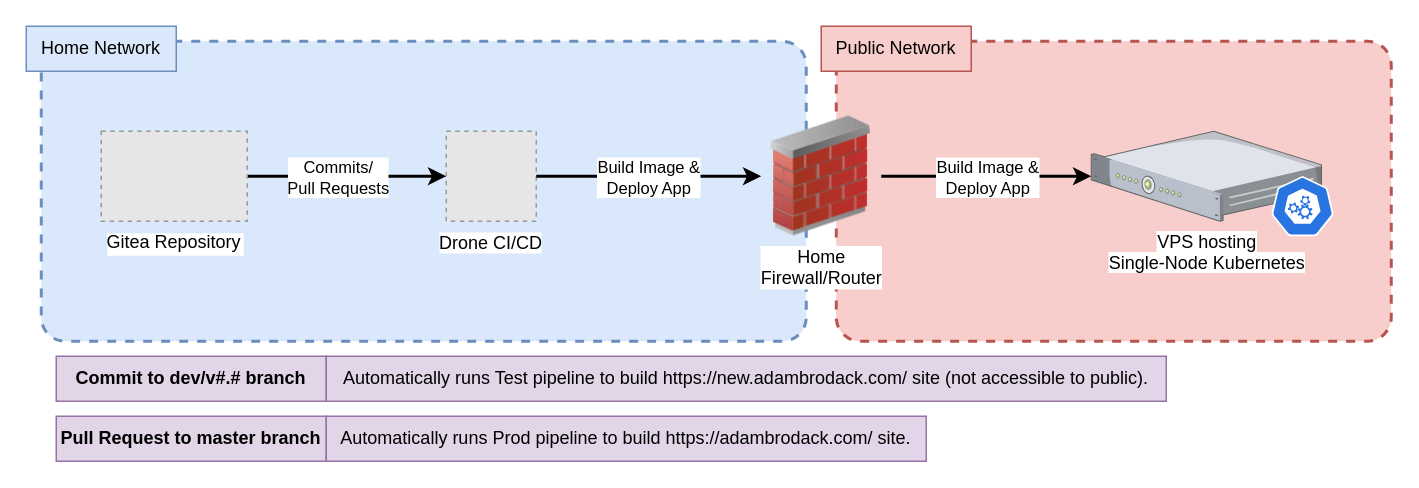
The draw.io diagram drawing/diagram.drawio in Atomicbeast101/personal-website, before the edit. Source tidied: cells renumbered, new cells numbered last; positions are measured from the earlier drawing's top-left corner, leaving out a move shared by most shapes. Both pictures are drawn from the tidied source at 150%, with x=0, y=0 at pixel (26, 26). Pictures stored in the file or linked from it are replaced by grey dashed boxes.
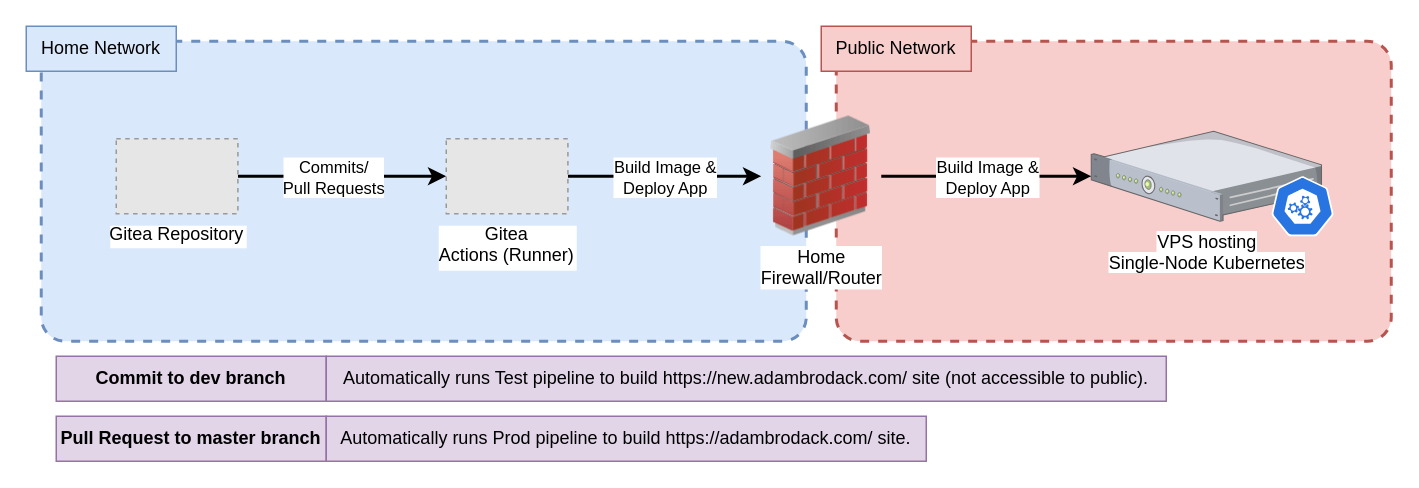
Above is the later version.

Unchanged cells that the change refers to:
```xml
<mxCell id="15" value="Home &lt;br&gt;Firewall/Router" style="image;html=1;image=img/lib/clip_art/networking/Firewall_02_128x128.png;fontStyle=0;" parent="1" vertex="1">
  <mxGeometry x="490" y="60" width="80" height="80" as="geometry" />
</mxCell>
```

What changed in the source:
```diff
@@
-    <mxCell id="4" style="group;fontStyle=0;" parent="1" vertex="1">
-      <mxGeometry x="270" y="70" width="80" height="90" as="geometry" />
-    </mxCell>
-    <mxCell id="5" style="fillColor=#E6E6E6;strokeColor=#999999;dashed=1;" parent="4" vertex="1">
-      <mxGeometry x="10" width="60" height="60" as="geometry" />
-    </mxCell>
-    <mxCell id="6" value="&lt;span style=&quot;background-color: rgb(255, 255, 255);&quot;&gt;Drone CI/CD&lt;/span&gt;" style="text;html=1;align=center;verticalAlign=middle;whiteSpace=wrap;rounded=0;fontStyle=0;" parent="4" vertex="1">
-      <mxGeometry y="60" width="80" height="30" as="geometry" />
-    </mxCell>
-    <mxCell id="7" style="edgeStyle=orthogonalEdgeStyle;rounded=0;jettySize=auto;html=1;strokeWidth=2;" parent="1" edge="1" source="9" target="5">
+    <mxCell id="7" style="edgeStyle=orthogonalEdgeStyle;rounded=0;jettySize=auto;html=1;strokeWidth=2;" parent="1" edge="1" source="9" target="24">
       <mxGeometry relative="1" as="geometry" />
     </mxCell>
@@
     <mxCell id="9" value="Gitea Repository" style="fillColor=#E6E6E6;strokeColor=#999999;dashed=1;verticalLabelPosition=bottom;labelBackgroundColor=default;verticalAlign=top;fontStyle=0;" parent="1" vertex="1">
-      <mxGeometry x="50" y="70" width="97.3" height="60" as="geometry" />
+      <mxGeometry x="60" y="75" width="81.1" height="50" as="geometry" />
     </mxCell>
@@
-    <mxCell id="18" style="edgeStyle=orthogonalEdgeStyle;rounded=0;jettySize=auto;html=1;strokeWidth=2;" parent="1" edge="1" source="5" target="15">
+    <mxCell id="18" style="edgeStyle=orthogonalEdgeStyle;rounded=0;jettySize=auto;html=1;strokeWidth=2;" parent="1" edge="1" source="24" target="15">
       <mxGeometry relative="1" as="geometry" />
     </mxCell>
@@
-    <mxCell id="20" value="Commit to dev/v#.# branch" style="rounded=0;whiteSpace=wrap;html=1;fillColor=#e1d5e7;strokeColor=#9673a6;fontStyle=1;" parent="1" vertex="1">
+    <mxCell id="20" value="Commit to dev branch" style="rounded=0;whiteSpace=wrap;html=1;fillColor=#e1d5e7;strokeColor=#9673a6;fontStyle=1;" parent="1" vertex="1">
       <mxGeometry x="20" y="220" width="180" height="30" as="geometry" />
     </mxCell>
@@
+    <mxCell id="24" value="Gitea &#10;Actions (Runner)" style="fillColor=#E6E6E6;strokeColor=#999999;dashed=1;verticalLabelPosition=bottom;labelBackgroundColor=default;verticalAlign=top;fontStyle=0;" parent="1" vertex="1">
+      <mxGeometry x="280" y="75" width="81.1" height="50" as="geometry" />
+    </mxCell>
```
